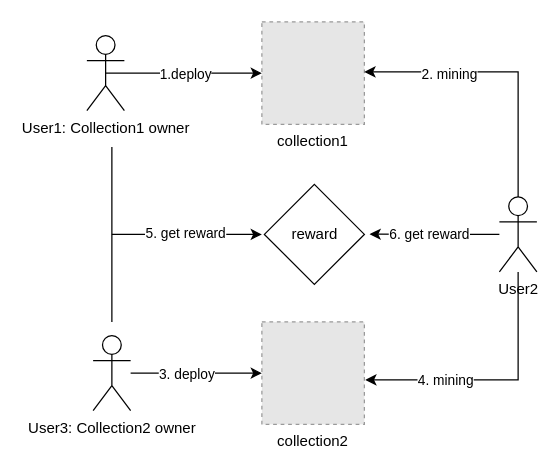
Earlier version of the draw.io diagram Untitled Diagram.drawio (PalanQu/images). Source tidied: cells renumbered, new cells numbered last; positions are measured from the earlier drawing's top-left corner, leaving out a move shared by most shapes. Both pictures are drawn from the tidied source at 125%, with x=0, y=0 at pixel (86, 21). Pictures stored in the file or linked from it are replaced by grey dashed boxes.
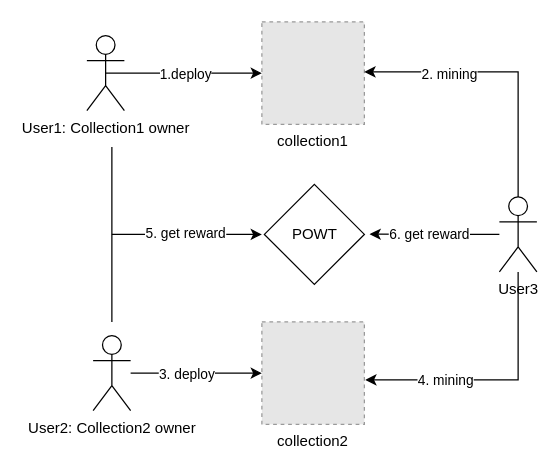
After the change.

Change to the diagram source:
```diff
@@
-    <mxCell id="12" value="User2" style="shape=umlActor;verticalLabelPosition=bottom;verticalAlign=top;html=1;outlineConnect=0;" parent="1" vertex="1">
+    <mxCell id="12" value="User3" style="shape=umlActor;verticalLabelPosition=bottom;verticalAlign=top;html=1;outlineConnect=0;" parent="1" vertex="1">
       <mxGeometry x="330" y="140" width="30" height="60" as="geometry" />
     </mxCell>
@@
-    <mxCell id="16" value="User3: Collection2 owner" style="shape=umlActor;verticalLabelPosition=bottom;verticalAlign=top;html=1;outlineConnect=0;" parent="1" vertex="1">
+    <mxCell id="16" value="User2: Collection2 owner" style="shape=umlActor;verticalLabelPosition=bottom;verticalAlign=top;html=1;outlineConnect=0;" parent="1" vertex="1">
       <mxGeometry x="5" y="251" width="30" height="60" as="geometry" />
     </mxCell>
@@
-    <mxCell id="18" value="reward" style="text;html=1;align=center;verticalAlign=middle;strokeColor=none;fillColor=none;" parent="1" vertex="1">
+    <mxCell id="18" value="POWT" style="text;html=1;align=center;verticalAlign=middle;strokeColor=none;fillColor=none;" parent="1" vertex="1">
       <mxGeometry x="152" y="155" width="60" height="30" as="geometry" />
     </mxCell>
```
